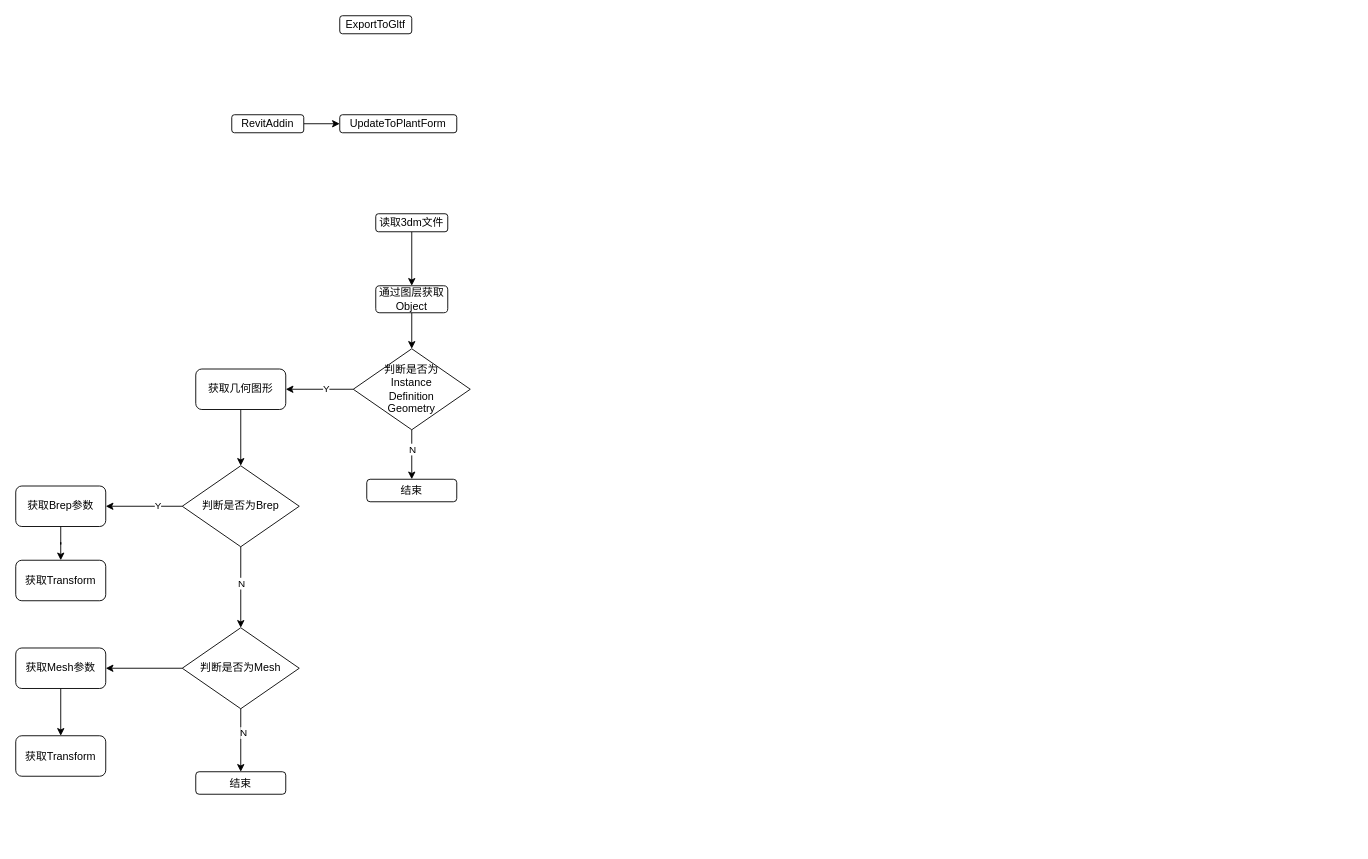
Before: RevitAddin.drawio in gaochaowyq/MinderGraph, a draw.io diagram. Source tidied: cells renumbered, new cells numbered last; positions are measured from the earlier drawing's top-left corner, leaving out a move shared by most shapes. Both pictures are drawn from the tidied source at 90%, with x=0, y=0 at pixel (15, 15).
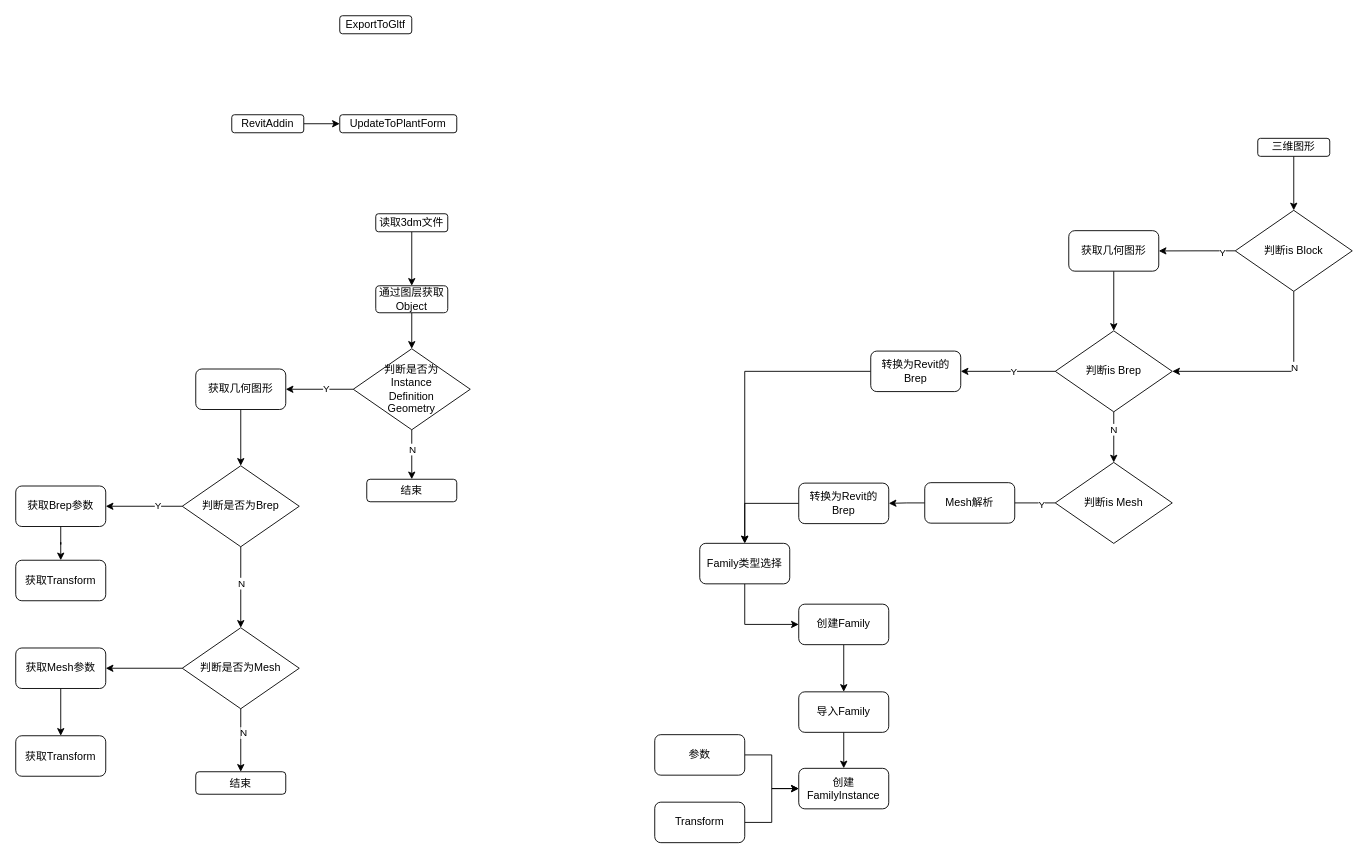
After the change.

What changed in the source:
```diff
@@
+    <mxCell id="34" style="edgeStyle=orthogonalEdgeStyle;rounded=0;jettySize=auto;html=1;exitX=0.5;exitY=1;exitDx=0;exitDy=0;" parent="1" edge="1" source="35" target="40">
+      <mxGeometry relative="1" as="geometry" />
+    </mxCell>
+    <mxCell id="35" value="三维图形" style="rounded=1;whiteSpace=wrap;html=1;" parent="1" vertex="1">
+      <mxGeometry x="1380" y="136.2" width="80" height="20" as="geometry" />
+    </mxCell>
+    <mxCell id="36" style="edgeStyle=orthogonalEdgeStyle;rounded=0;jettySize=auto;html=1;entryX=1;entryY=0.5;entryDx=0;entryDy=0;exitX=0.5;exitY=1;exitDx=0;exitDy=0;" parent="1" edge="1" source="40" target="47">
+      <mxGeometry relative="1" as="geometry" />
+    </mxCell>
+    <mxCell id="37" value="N" style="edgeLabel;html=1;align=center;verticalAlign=middle;" parent="36" vertex="1">
+      <mxGeometry x="-0.25" relative="1" as="geometry" />
+    </mxCell>
+    <mxCell id="38" style="edgeStyle=orthogonalEdgeStyle;rounded=0;jettySize=auto;html=1;" parent="1" edge="1" source="40" target="42">
+      <mxGeometry relative="1" as="geometry" />
+    </mxCell>
+    <mxCell id="39" value="Y" style="edgeLabel;html=1;align=center;verticalAlign=middle;" parent="38" vertex="1">
+      <mxGeometry x="-0.65" y="1" relative="1" as="geometry" />
+    </mxCell>
+    <mxCell id="40" value="判断is Block" style="rhombus;whiteSpace=wrap;html=1;" parent="1" vertex="1">
+      <mxGeometry x="1355" y="216.2" width="130" height="90" as="geometry" />
+    </mxCell>
+    <mxCell id="41" style="edgeStyle=orthogonalEdgeStyle;rounded=0;jettySize=auto;html=1;" parent="1" edge="1" source="42" target="47">
+      <mxGeometry relative="1" as="geometry" />
+    </mxCell>
+    <mxCell id="42" value="获取几何图形" style="rounded=1;whiteSpace=wrap;html=1;" parent="1" vertex="1">
+      <mxGeometry x="1170" y="238.8" width="100" height="45" as="geometry" />
+    </mxCell>
+    <mxCell id="43" style="edgeStyle=orthogonalEdgeStyle;rounded=0;jettySize=auto;html=1;" parent="1" edge="1" source="47" target="48">
+      <mxGeometry relative="1" as="geometry" />
+    </mxCell>
+    <mxCell id="44" value="N" style="edgeLabel;html=1;align=center;verticalAlign=middle;" parent="43" vertex="1">
+      <mxGeometry x="-0.33" y="-1" relative="1" as="geometry" />
+    </mxCell>
+    <mxCell id="45" style="edgeStyle=orthogonalEdgeStyle;rounded=0;jettySize=auto;html=1;" parent="1" edge="1" source="47" target="50">
+      <mxGeometry relative="1" as="geometry" />
+    </mxCell>
+    <mxCell id="46" value="Y" style="edgeLabel;html=1;align=center;verticalAlign=middle;" parent="45" vertex="1">
+      <mxGeometry x="-0.7" y="-2" relative="1" as="geometry">
+        <mxPoint x="-31" y="2" as="offset" />
+      </mxGeometry>
+    </mxCell>
+    <mxCell id="47" value="判断is Brep" style="rhombus;whiteSpace=wrap;html=1;" parent="1" vertex="1">
+      <mxGeometry x="1155" y="350.1" width="130" height="90" as="geometry" />
+    </mxCell>
+    <mxCell id="48" value="判断is Mesh" style="rhombus;whiteSpace=wrap;html=1;" parent="1" vertex="1">
+      <mxGeometry x="1155" y="496.3" width="130" height="90" as="geometry" />
+    </mxCell>
+    <mxCell id="49" style="edgeStyle=orthogonalEdgeStyle;rounded=0;jettySize=auto;html=1;" parent="1" edge="1" source="50" target="67">
+      <mxGeometry relative="1" as="geometry" />
+    </mxCell>
+    <mxCell id="50" value="转换为Revit的Brep" style="rounded=1;whiteSpace=wrap;html=1;" parent="1" vertex="1">
+      <mxGeometry x="950" y="372.6" width="100" height="45" as="geometry" />
+    </mxCell>
+    <mxCell id="51" style="edgeStyle=orthogonalEdgeStyle;rounded=0;jettySize=auto;html=1;" parent="1" edge="1" source="52" target="67">
+      <mxGeometry relative="1" as="geometry" />
+    </mxCell>
+    <mxCell id="52" value="转换为Revit的Brep" style="rounded=1;whiteSpace=wrap;html=1;" parent="1" vertex="1">
+      <mxGeometry x="870" y="519.3" width="100" height="45" as="geometry" />
+    </mxCell>
+    <mxCell id="53" style="edgeStyle=orthogonalEdgeStyle;rounded=0;jettySize=auto;html=1;endArrow=none;" parent="1" edge="1" source="48" target="56">
+      <mxGeometry relative="1" as="geometry" />
+    </mxCell>
+    <mxCell id="54" value="Y" style="edgeLabel;html=1;align=center;verticalAlign=middle;" parent="53" vertex="1">
+      <mxGeometry x="-0.27" y="1" relative="1" as="geometry" />
+    </mxCell>
+    <mxCell id="55" style="edgeStyle=orthogonalEdgeStyle;rounded=0;jettySize=auto;html=1;" parent="1" edge="1" source="56" target="52">
+      <mxGeometry relative="1" as="geometry" />
+    </mxCell>
+    <mxCell id="56" value="Mesh解析" style="rounded=1;whiteSpace=wrap;html=1;" parent="1" vertex="1">
+      <mxGeometry x="1010" y="518.8" width="100" height="45" as="geometry" />
+    </mxCell>
+    <mxCell id="57" style="edgeStyle=orthogonalEdgeStyle;rounded=0;jettySize=auto;html=1;" parent="1" edge="1" source="58" target="60">
+      <mxGeometry relative="1" as="geometry" />
+    </mxCell>
+    <mxCell id="58" value="创建Family" style="rounded=1;whiteSpace=wrap;html=1;" parent="1" vertex="1">
+      <mxGeometry x="870" y="653.8" width="100" height="45" as="geometry" />
+    </mxCell>
+    <mxCell id="59" style="edgeStyle=orthogonalEdgeStyle;rounded=0;jettySize=auto;html=1;" parent="1" edge="1" source="60" target="61">
+      <mxGeometry relative="1" as="geometry" />
+    </mxCell>
+    <mxCell id="60" value="导入Family" style="rounded=1;whiteSpace=wrap;html=1;" parent="1" vertex="1">
+      <mxGeometry x="870" y="751.2" width="100" height="45" as="geometry" />
+    </mxCell>
+    <mxCell id="61" value="创建FamilyInstance" style="rounded=1;whiteSpace=wrap;html=1;" parent="1" vertex="1">
+      <mxGeometry x="870" y="836.2" width="100" height="45" as="geometry" />
+    </mxCell>
+    <mxCell id="62" style="edgeStyle=orthogonalEdgeStyle;rounded=0;jettySize=auto;html=1;entryX=0;entryY=0.5;entryDx=0;entryDy=0;" parent="1" edge="1" source="63" target="61">
+      <mxGeometry relative="1" as="geometry" />
+    </mxCell>
+    <mxCell id="63" value="参数" style="rounded=1;whiteSpace=wrap;html=1;" parent="1" vertex="1">
+      <mxGeometry x="710" y="798.8" width="100" height="45" as="geometry" />
+    </mxCell>
+    <mxCell id="64" style="edgeStyle=orthogonalEdgeStyle;rounded=0;jettySize=auto;html=1;entryX=0;entryY=0.5;entryDx=0;entryDy=0;" parent="1" edge="1" source="65" target="61">
+      <mxGeometry relative="1" as="geometry" />
+    </mxCell>
+    <mxCell id="65" value="Transform" style="rounded=1;whiteSpace=wrap;html=1;" parent="1" vertex="1">
+      <mxGeometry x="710" y="873.8" width="100" height="45" as="geometry" />
+    </mxCell>
+    <mxCell id="66" style="edgeStyle=orthogonalEdgeStyle;rounded=0;jettySize=auto;html=1;entryX=0;entryY=0.5;entryDx=0;entryDy=0;exitX=0.5;exitY=1;exitDx=0;exitDy=0;" parent="1" edge="1" source="67" target="58">
+      <mxGeometry relative="1" as="geometry" />
+    </mxCell>
+    <mxCell id="67" value="Family类型选择" style="rounded=1;whiteSpace=wrap;html=1;" parent="1" vertex="1">
+      <mxGeometry x="760" y="586.2" width="100" height="45" as="geometry" />
+    </mxCell>
```
